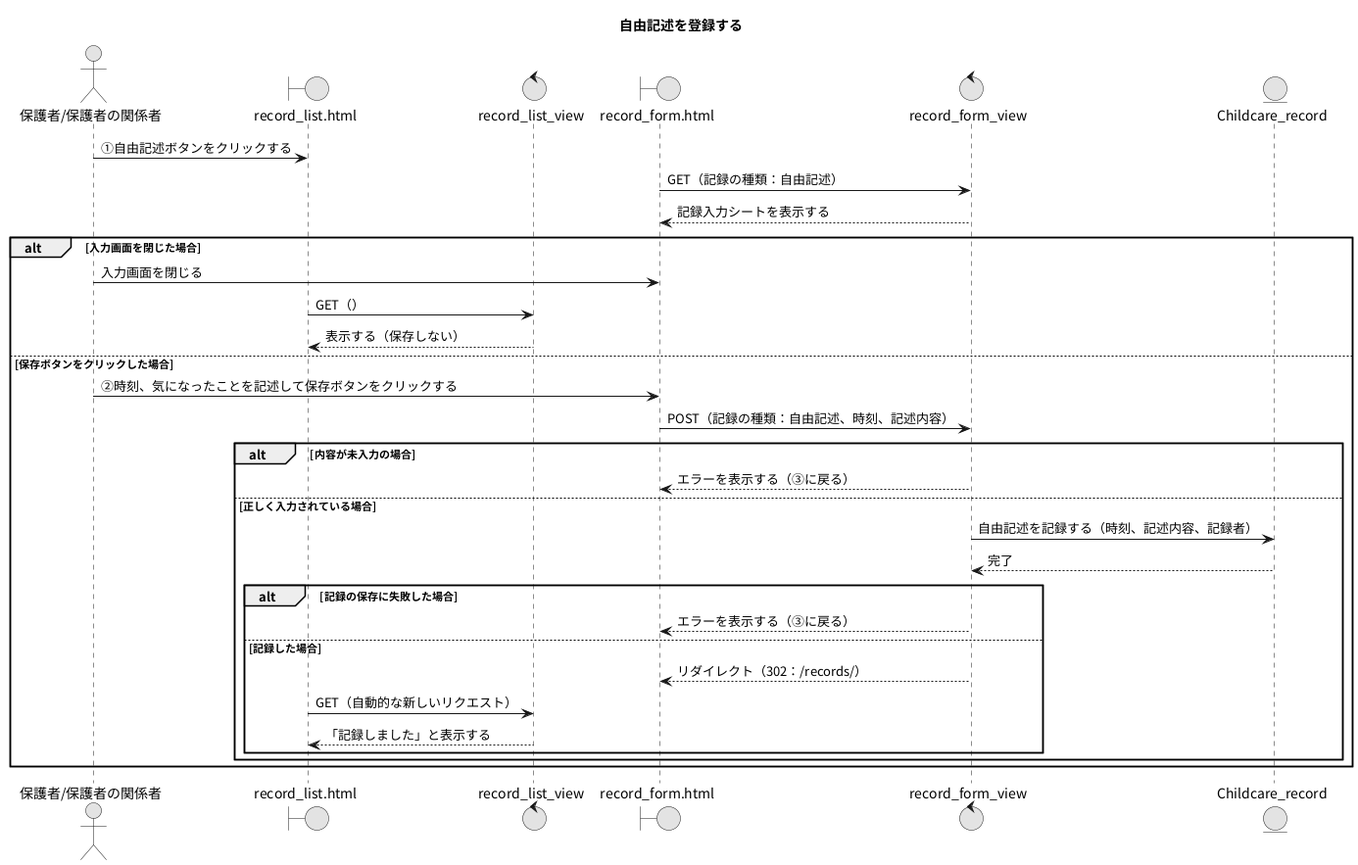
Above: PNG/24_自由記述を登録する.png in Ma2naga190330/26_sotugyou_puml (PlantUML), before the change.
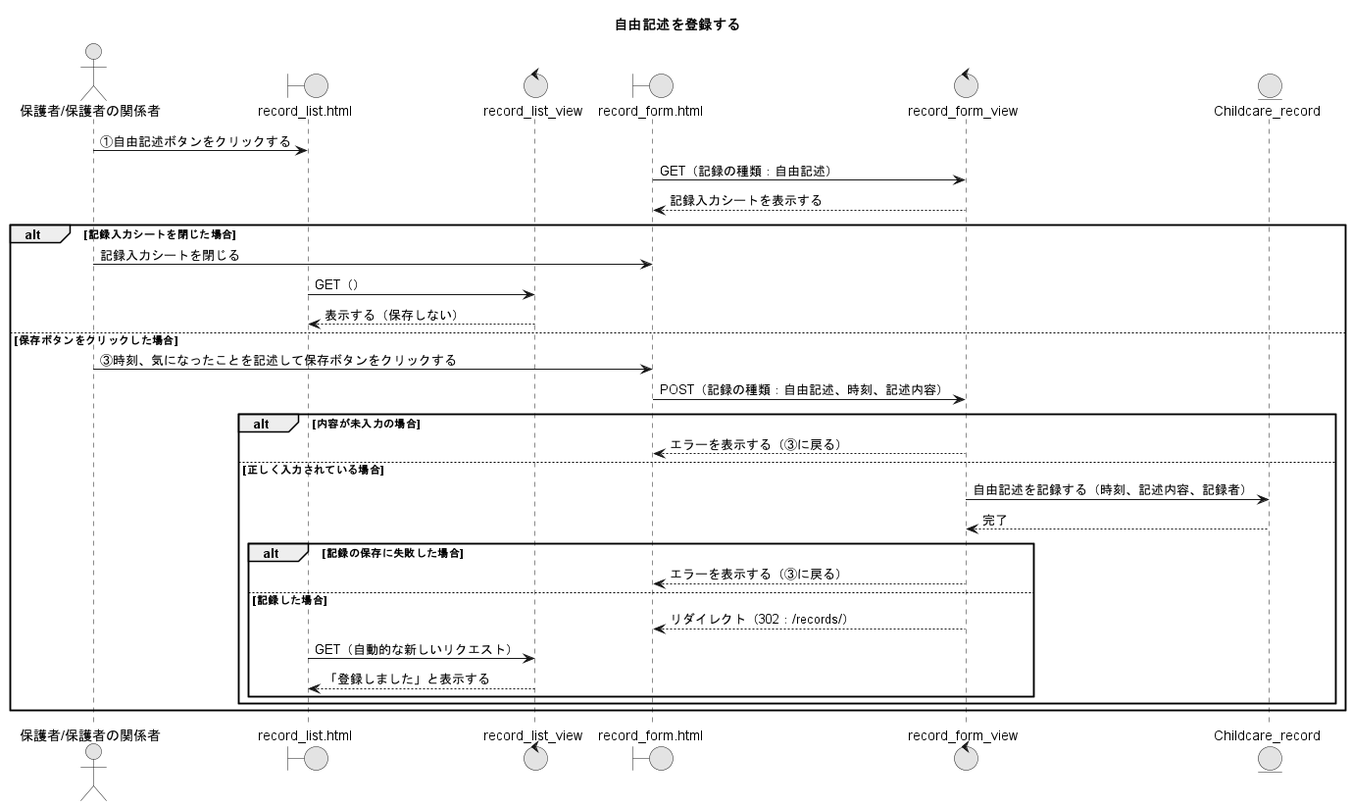
The same file after the commit.

What changed in the source:
```diff
@@ -14,12 +14,12 @@
 RFP -> RFV : GET（記録の種類：自由記述）
 RFV --> RFP : 記録入力シートを表示する
 
-alt 入力画面を閉じた場合
-  A -> RFP : 入力画面を閉じる
+alt 記録入力シートを閉じた場合
+  A -> RFP : 記録入力シートを閉じる
   RLP -> RLV : GET（）
   RLV --> RLP : 表示する（保存しない）
 else 保存ボタンをクリックした場合
-  A -> RFP : ②時刻、気になったことを記述して保存ボタンをクリックする
+  A -> RFP : ③時刻、気になったことを記述して保存ボタンをクリックする
   RFP -> RFV : POST（記録の種類：自由記述、時刻、記述内容）
   alt 内容が未入力の場合
     RFV --> RFP : エラーを表示する（③に戻る）
@@ -31,7 +31,7 @@
     else 記録した場合
       RFV --> RFP : リダイレクト（302：/records/）
       RLP -> RLV : GET（自動的な新しいリクエスト）
-      RLV --> RLP : 「記録しました」と表示する
+      RLV --> RLP : 「登録しました」と表示する
     end
   end
 end
```
